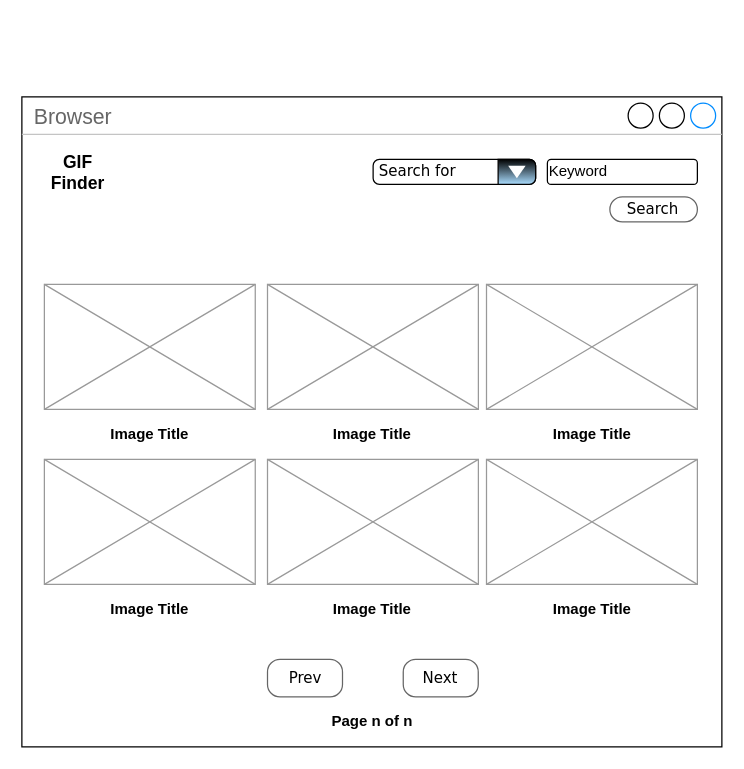
Earlier version of the draw.io diagram design-documents/wireframe-pc.drawio (Silverbelly/SE-Bootcamp-Project2). Source tidied: cells renumbered, new cells numbered last; positions are measured from the earlier drawing's top-left corner, leaving out a move shared by most shapes. Both pictures are drawn from the tidied source at 125%, with x=0, y=0 at pixel (21, 96).
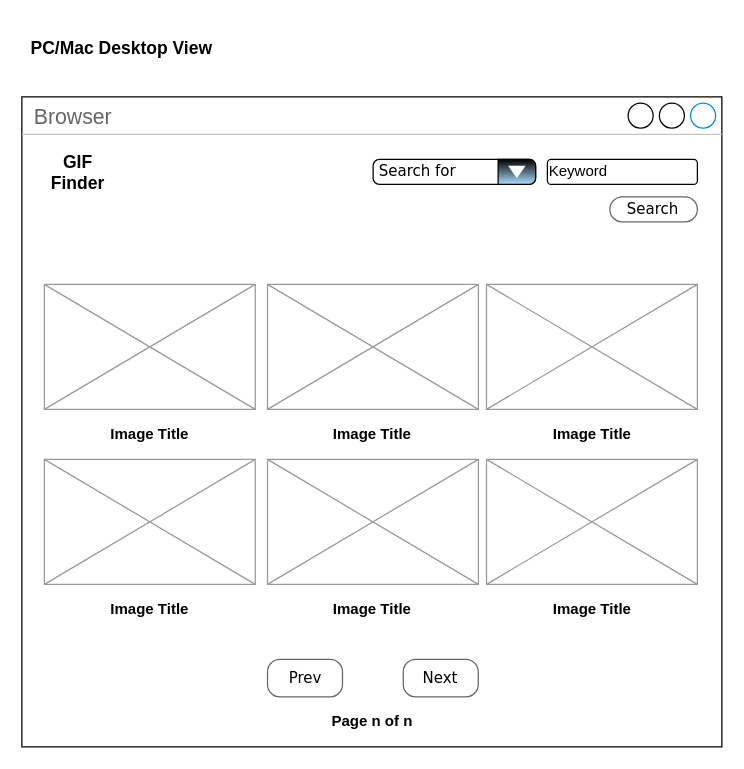
Above is the later version.

Commit message (it also covers changes not shown here):
wireframe updates and pdfs

Diff of the diagram source:
```diff
@@
+    <mxCell id="23" value="PC/Mac Desktop View" style="text;strokeColor=none;fillColor=none;fontSize=14;fontStyle=1;verticalAlign=middle;align=center;spacing=0;" parent="1" vertex="1">
+      <mxGeometry y="-60" width="160" height="40" as="geometry" />
+    </mxCell>
```
